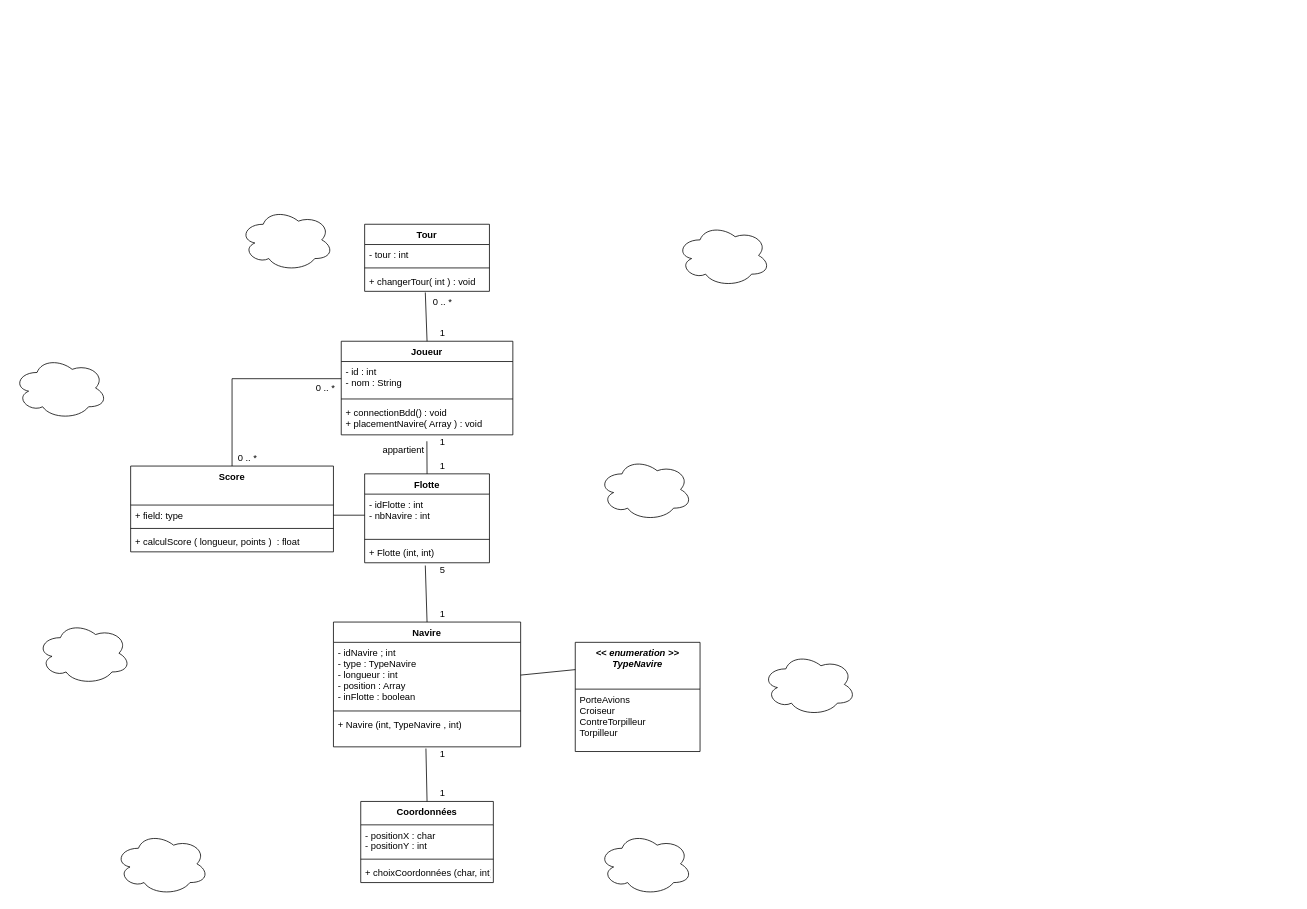
Earlier version of the draw.io diagram diagrammes/uml/diagrammesDeClasses.drawio (Shaxens/Bataille-navale). Source tidied: cells renumbered, new cells numbered last; positions are measured from the earlier drawing's top-left corner, leaving out a move shared by most shapes. Both pictures are drawn from the tidied source at 78%, with x=0, y=0 at pixel (13, 208).
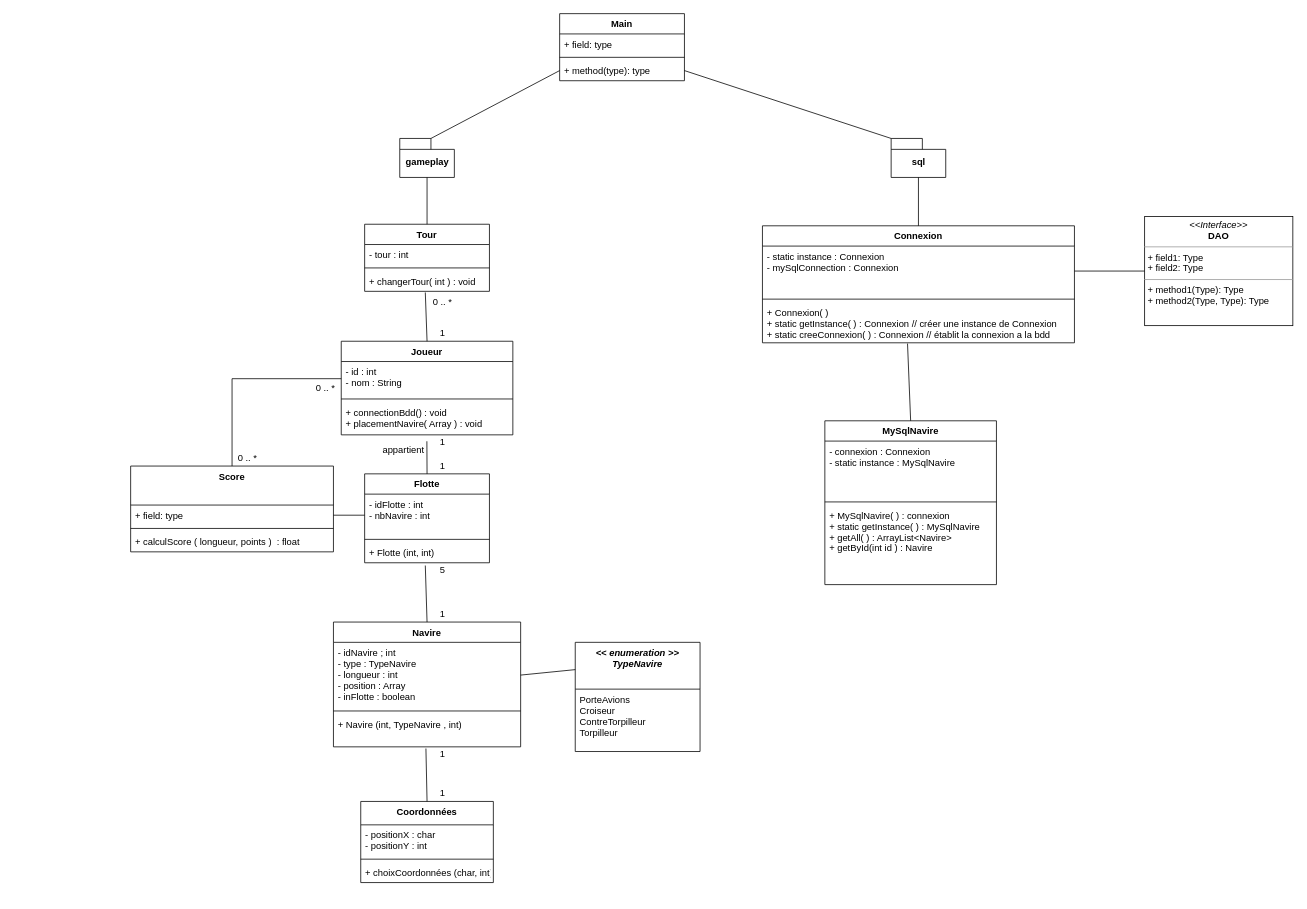
The same diagram, later.

Commit message:
Maj UML

Unchanged cells that the change refers to:
```xml
<mxCell id="25" value="Tour" style="swimlane;fontStyle=1;align=center;verticalAlign=top;horizontal=1;startSize=26;" parent="1" vertex="1">
  <mxGeometry x="450" y="20" width="160" height="86" as="geometry" />
</mxCell>
```

What changed in the source:
```diff
@@
-    <mxCell id="35" style="ellipse;shape=cloud;whiteSpace=wrap;html=1;" parent="1" vertex="1">
-      <mxGeometry x="750" y="320" width="120" height="80" as="geometry" />
-    </mxCell>
-    <mxCell id="36" style="ellipse;shape=cloud;whiteSpace=wrap;html=1;" parent="1" vertex="1">
-      <mxGeometry x="960" y="570" width="120" height="80" as="geometry" />
-    </mxCell>
-    <mxCell id="37" style="ellipse;shape=cloud;whiteSpace=wrap;html=1;" parent="1" vertex="1">
-      <mxGeometry x="750" y="800" width="120" height="80" as="geometry" />
-    </mxCell>
-    <mxCell id="38" style="ellipse;shape=cloud;whiteSpace=wrap;html=1;" parent="1" vertex="1">
-      <mxGeometry x="130" y="800" width="120" height="80" as="geometry" />
-    </mxCell>
-    <mxCell id="39" style="ellipse;shape=cloud;whiteSpace=wrap;html=1;" parent="1" vertex="1">
-      <mxGeometry x="30" y="530" width="120" height="80" as="geometry" />
-    </mxCell>
-    <mxCell id="40" style="ellipse;shape=cloud;whiteSpace=wrap;html=1;" parent="1" vertex="1">
-      <mxGeometry y="190" width="120" height="80" as="geometry" />
-    </mxCell>
-    <mxCell id="41" style="ellipse;shape=cloud;whiteSpace=wrap;html=1;" parent="1" vertex="1">
-      <mxGeometry x="290" width="120" height="80" as="geometry" />
-    </mxCell>
-    <mxCell id="42" style="ellipse;shape=cloud;whiteSpace=wrap;html=1;" parent="1" vertex="1">
-      <mxGeometry x="850" y="20" width="120" height="80" as="geometry" />
-    </mxCell>
@@
+    <mxCell id="54" value="gameplay" style="shape=folder;fontStyle=1;spacingTop=10;tabWidth=40;tabHeight=14;tabPosition=left;html=1;" parent="1" vertex="1">
+      <mxGeometry x="495" y="-90" width="70" height="50" as="geometry" />
+    </mxCell>
+    <mxCell id="55" value="sql" style="shape=folder;fontStyle=1;spacingTop=10;tabWidth=40;tabHeight=14;tabPosition=left;html=1;" parent="1" vertex="1">
+      <mxGeometry x="1125" y="-90" width="70" height="50" as="geometry" />
+    </mxCell>
+    <mxCell id="56" value="Connexion" style="swimlane;fontStyle=1;align=center;verticalAlign=top;horizontal=1;startSize=26;" parent="1" vertex="1">
+      <mxGeometry x="960" y="22" width="400" height="150" as="geometry" />
+    </mxCell>
+    <mxCell id="57" value="- static instance : Connexion&#10;- mySqlConnection : Connexion" style="text;strokeColor=none;fillColor=none;align=left;verticalAlign=top;spacingLeft=4;spacingRight=4;overflow=hidden;points=[[0,0.5],[1,0.5]];portConstraint=eastwest;" parent="56" vertex="1">
+      <mxGeometry y="26" width="400" height="64" as="geometry" />
+    </mxCell>
+    <mxCell id="58" style="line;strokeWidth=1;fillColor=none;align=left;verticalAlign=middle;spacingTop=-1;spacingLeft=3;spacingRight=3;labelPosition=right;" parent="56" vertex="1">
+      <mxGeometry y="90" width="400" height="8" as="geometry" />
+    </mxCell>
+    <mxCell id="59" value="+ Connexion( )&#10;+ static getInstance( ) : Connexion // créer une instance de Connexion&#10;+ static creeConnexion( ) : Connexion // établit la connexion a la bdd" style="text;strokeColor=none;fillColor=none;align=left;verticalAlign=top;spacingLeft=4;spacingRight=4;overflow=hidden;points=[[0,0.5],[1,0.5]];portConstraint=eastwest;" parent="56" vertex="1">
+      <mxGeometry y="98" width="400" height="52" as="geometry" />
+    </mxCell>
+    <mxCell id="60" value="&lt;p style=&quot;margin: 0px ; margin-top: 4px ; text-align: center&quot;&gt;&lt;i&gt;&amp;lt;&amp;lt;Interface&amp;gt;&amp;gt;&lt;/i&gt;&lt;br&gt;&lt;b&gt;DAO&lt;/b&gt;&lt;/p&gt;&lt;hr size=&quot;1&quot;&gt;&lt;p style=&quot;margin: 0px ; margin-left: 4px&quot;&gt;+ field1: Type&lt;br&gt;+ field2: Type&lt;/p&gt;&lt;hr size=&quot;1&quot;&gt;&lt;p style=&quot;margin: 0px ; margin-left: 4px&quot;&gt;+ method1(Type): Type&lt;br&gt;+ method2(Type, Type): Type&lt;/p&gt;" style="verticalAlign=top;align=left;overflow=fill;fontSize=12;fontFamily=Helvetica;html=1;" parent="1" vertex="1">
+      <mxGeometry x="1450" y="10" width="190" height="140" as="geometry" />
+    </mxCell>
+    <mxCell id="61" value="MySqlNavire" style="swimlane;fontStyle=1;align=center;verticalAlign=top;horizontal=1;startSize=26;" parent="1" vertex="1">
+      <mxGeometry x="1040" y="272" width="220" height="210" as="geometry" />
+    </mxCell>
+    <mxCell id="62" value="- connexion : Connexion&#10;- static instance : MySqlNavire" style="text;strokeColor=none;fillColor=none;align=left;verticalAlign=top;spacingLeft=4;spacingRight=4;overflow=hidden;" parent="61" vertex="1">
+      <mxGeometry y="26" width="220" height="74" as="geometry" />
+    </mxCell>
+    <mxCell id="63" style="line;strokeWidth=1;fillColor=none;align=left;verticalAlign=middle;spacingTop=-1;spacingLeft=3;spacingRight=3;labelPosition=right;" parent="61" vertex="1">
+      <mxGeometry y="100" width="220" height="8" as="geometry" />
+    </mxCell>
+    <mxCell id="64" value="+ MySqlNavire( ) : connexion&#10;+ static getInstance( ) : MySqlNavire&#10;+ getAll( ) : ArrayList&lt;Navire&gt;&#10;+ getById(int id ) : Navire" style="text;strokeColor=none;fillColor=none;align=left;verticalAlign=top;spacingLeft=4;spacingRight=4;overflow=hidden;" parent="61" vertex="1">
+      <mxGeometry y="108" width="220" height="102" as="geometry" />
+    </mxCell>
+    <mxCell id="65" value="Main" style="swimlane;fontStyle=1;align=center;verticalAlign=top;horizontal=1;startSize=26;" parent="1" vertex="1">
+      <mxGeometry x="700" y="-250" width="160" height="86" as="geometry" />
+    </mxCell>
+    <mxCell id="66" value="+ field: type" style="text;strokeColor=none;fillColor=none;align=left;verticalAlign=top;spacingLeft=4;spacingRight=4;overflow=hidden;" parent="65" vertex="1">
+      <mxGeometry y="26" width="160" height="26" as="geometry" />
+    </mxCell>
+    <mxCell id="67" style="line;strokeWidth=1;fillColor=none;align=left;verticalAlign=middle;spacingTop=-1;spacingLeft=3;spacingRight=3;labelPosition=right;" parent="65" vertex="1">
+      <mxGeometry y="52" width="160" height="8" as="geometry" />
+    </mxCell>
+    <mxCell id="68" value="+ method(type): type" style="text;strokeColor=none;fillColor=none;align=left;verticalAlign=top;spacingLeft=4;spacingRight=4;overflow=hidden;points=[[0,0.5],[1,0.5]];portConstraint=eastwest;" parent="65" vertex="1">
+      <mxGeometry y="60" width="160" height="26" as="geometry" />
+    </mxCell>
+    <mxCell id="69" style="endArrow=none;html=1;rounded=0;entryX=0.465;entryY=1.019;entryDx=0;entryDy=0;entryPerimeter=0;exitX=0.5;exitY=0;exitDx=0;exitDy=0;" parent="1" edge="1" source="61" target="59">
+      <mxGeometry relative="1" as="geometry" />
+    </mxCell>
+    <mxCell id="70" style="endArrow=none;html=1;rounded=0;entryX=0;entryY=0.5;entryDx=0;entryDy=0;exitX=1;exitY=0.5;exitDx=0;exitDy=0;" parent="1" edge="1" source="57" target="60">
+      <mxGeometry relative="1" as="geometry" />
+    </mxCell>
+    <mxCell id="71" style="endArrow=none;html=1;rounded=0;exitX=0;exitY=0;exitDx=40;exitDy=0;exitPerimeter=0;entryX=0;entryY=0.5;entryDx=0;entryDy=0;" parent="1" edge="1" source="54" target="68">
+      <mxGeometry relative="1" as="geometry" />
+    </mxCell>
+    <mxCell id="72" style="endArrow=none;html=1;rounded=0;exitX=0;exitY=0;exitDx=0;exitDy=0;exitPerimeter=0;entryX=1;entryY=0.5;entryDx=0;entryDy=0;" parent="1" edge="1" source="55" target="68">
+      <mxGeometry relative="1" as="geometry" />
+    </mxCell>
+    <mxCell id="73" style="endArrow=none;html=1;rounded=0;entryX=0.5;entryY=1;entryDx=0;entryDy=0;entryPerimeter=0;exitX=0.5;exitY=0;exitDx=0;exitDy=0;" parent="1" edge="1" source="25" target="54">
+      <mxGeometry relative="1" as="geometry" />
+    </mxCell>
+    <mxCell id="74" style="endArrow=none;html=1;rounded=0;entryX=0.5;entryY=1;entryDx=0;entryDy=0;entryPerimeter=0;exitX=0.5;exitY=0;exitDx=0;exitDy=0;" parent="1" edge="1" source="56" target="55">
+      <mxGeometry relative="1" as="geometry" />
+    </mxCell>
```
